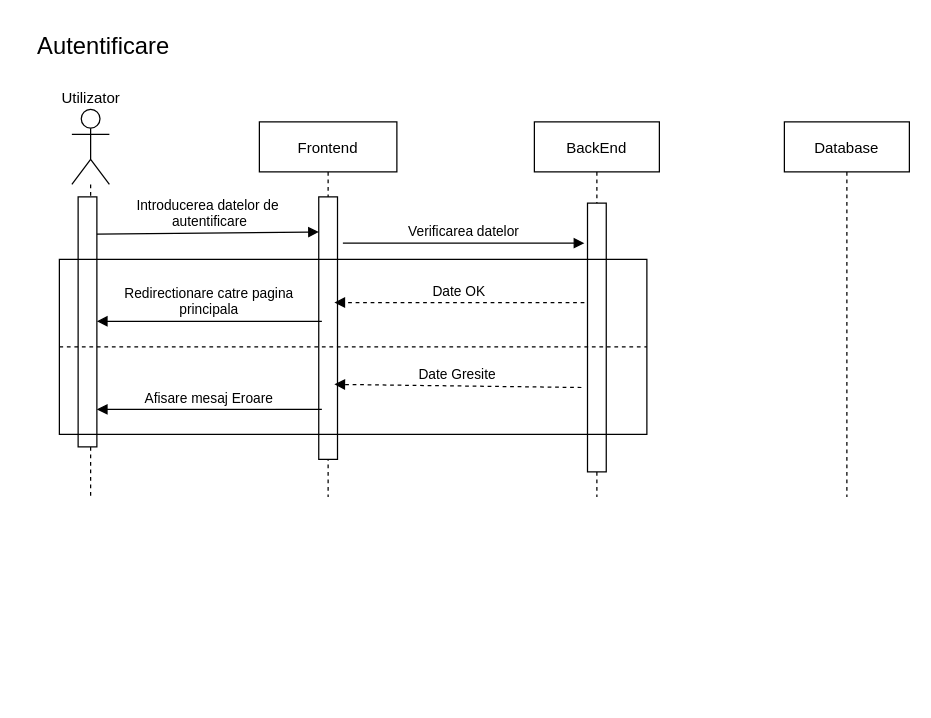
This is usecase/SequenceDiagram1.drawio from alexjircan/KeyPath, a draw.io file, before an edit. Source tidied: cells renumbered, new cells numbered last; positions are measured from the earlier drawing's top-left corner, leaving out a move shared by most shapes. Both pictures are drawn from the tidied source at 125%, with x=0, y=0 at pixel (21, 21).
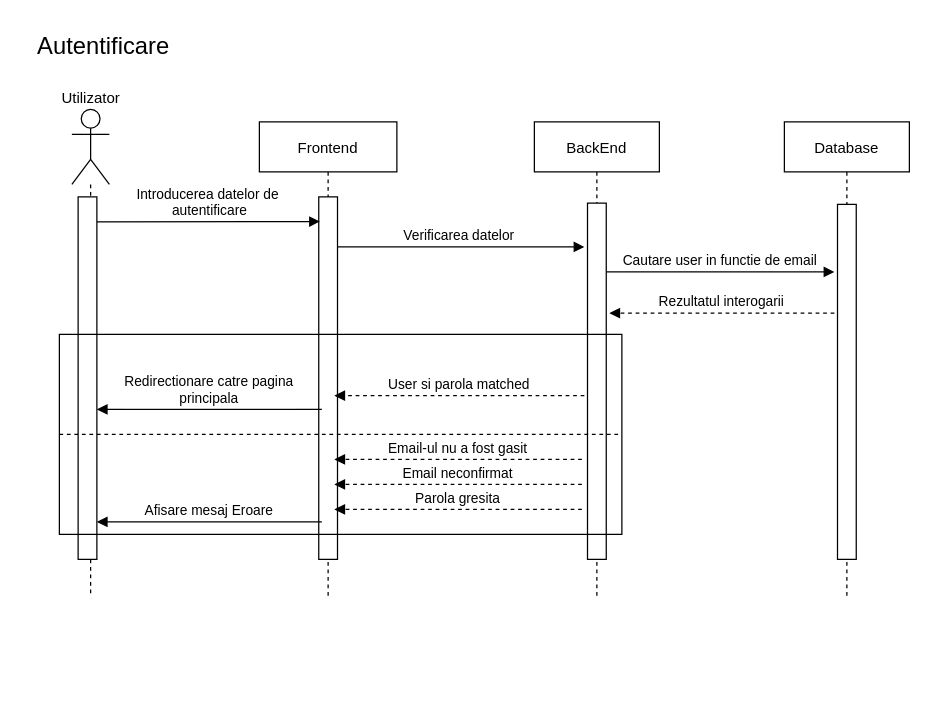
Above is the later version.

Commit message (it also covers changes not shown here):
sequence diagrams

The change refers to these unchanged cells:
```xml
<mxCell id="10" value="Utilizator" style="shape=umlActor;verticalLabelPosition=top;verticalAlign=bottom;html=1;outlineConnect=0;horizontal=1;labelPosition=center;align=center;" parent="9" vertex="1">
  <mxGeometry width="30" height="60" as="geometry" />
</mxCell>
```

Diff of the diagram source:
```diff
@@
     <mxCell id="2" value="Frontend" style="shape=umlLifeline;perimeter=lifelinePerimeter;rounded=0;shadow=0;strokeWidth=1;" parent="1" vertex="1">
-      <mxGeometry x="190" y="80" width="110" height="300" as="geometry" />
+      <mxGeometry x="190" y="80" width="110" height="380" as="geometry" />
     </mxCell>
     <mxCell id="3" value="BackEnd" style="shape=umlLifeline;perimeter=lifelinePerimeter;rounded=0;shadow=0;strokeWidth=1;" parent="1" vertex="1">
-      <mxGeometry x="410" y="80" width="100" height="300" as="geometry" />
+      <mxGeometry x="410" y="80" width="100" height="380" as="geometry" />
     </mxCell>
-    <mxCell id="4" value="Verificarea datelor" style="verticalAlign=bottom;endArrow=block;shadow=0;strokeWidth=1;exitX=1.287;exitY=0.176;exitDx=0;exitDy=0;exitPerimeter=0;" parent="3" edge="1" source="8">
+    <mxCell id="4" value="Verificarea datelor" style="verticalAlign=bottom;endArrow=block;shadow=0;strokeWidth=1;" parent="3" edge="1">
       <mxGeometry relative="1" as="geometry">
-        <mxPoint x="40" y="97" as="targetPoint" />
+        <mxPoint x="-160" y="100" as="sourcePoint" />
+        <mxPoint x="40" y="100" as="targetPoint" />
       </mxGeometry>
     </mxCell>
     <mxCell id="5" style="rounded=0;whiteSpace=wrap;html=1;labelBackgroundColor=#FFFFFF;fontSize=19;fontColor=none;fillColor=default;" parent="3" vertex="1">
-      <mxGeometry x="42.5" y="65" width="15" height="215" as="geometry" />
+      <mxGeometry x="42.5" y="65" width="15" height="285" as="geometry" />
     </mxCell>
     <mxCell id="6" value="Database" style="shape=umlLifeline;perimeter=lifelinePerimeter;rounded=0;shadow=0;strokeWidth=1;" parent="1" vertex="1">
-      <mxGeometry x="610" y="80" width="100" height="300" as="geometry" />
+      <mxGeometry x="610" y="80" width="100" height="380" as="geometry" />
     </mxCell>
@@
     <mxCell id="8" style="rounded=0;whiteSpace=wrap;html=1;labelBackgroundColor=#FFFFFF;fontSize=19;fontColor=none;fillColor=default;" parent="1" vertex="1">
-      <mxGeometry x="237.5" y="140" width="15" height="210" as="geometry" />
+      <mxGeometry x="237.5" y="140" width="15" height="290" as="geometry" />
     </mxCell>
+    <mxCell id="20" style="rounded=0;whiteSpace=wrap;html=1;labelBackgroundColor=#FFFFFF;fontSize=19;fontColor=none;fillColor=default;" parent="1" vertex="1">
+      <mxGeometry x="652.5" y="146" width="15" height="284" as="geometry" />
+    </mxCell>
     <mxCell id="9" style="group;" parent="1" vertex="1">
-      <mxGeometry x="40" y="70" width="460" height="310" as="geometry" />
+      <mxGeometry x="40" y="70" width="650" height="470" as="geometry" />
     </mxCell>
@@
     <mxCell id="11" style="endArrow=none;dashed=1;html=1;strokeWidth=1;rounded=0;" parent="9" edge="1" source="10">
       <mxGeometry relative="1" as="geometry">
-        <mxPoint x="15" y="310" as="targetPoint" />
+        <mxPoint x="15" y="390" as="targetPoint" />
       </mxGeometry>
     </mxCell>
     <mxCell id="12" style="rounded=0;whiteSpace=wrap;html=1;labelBackgroundColor=#FFFFFF;fontSize=19;fontColor=none;fillColor=default;" parent="9" vertex="1">
-      <mxGeometry x="5" y="70" width="15" height="200" as="geometry" />
+      <mxGeometry x="5" y="70" width="15" height="290" as="geometry" />
     </mxCell>
@@
     <mxCell id="14" value="Afisare mesaj Eroare" style="verticalAlign=bottom;endArrow=block;shadow=0;strokeWidth=1;" parent="9" edge="1">
       <mxGeometry relative="1" as="geometry">
-        <mxPoint x="200" y="240" as="sourcePoint" />
-        <mxPoint x="20" y="240" as="targetPoint" />
+        <mxPoint x="200" y="330" as="sourcePoint" />
+        <mxPoint x="20" y="330" as="targetPoint" />
       </mxGeometry>
     </mxCell>
     <mxCell id="15" value="Redirectionare catre pagina &#10;principala" style="verticalAlign=bottom;endArrow=block;shadow=0;strokeWidth=1;" parent="9" edge="1">
       <mxGeometry relative="1" as="geometry">
-        <mxPoint x="200" y="169.5" as="sourcePoint" />
-        <mxPoint x="20" y="169.5" as="targetPoint" />
+        <mxPoint x="200" y="240" as="sourcePoint" />
+        <mxPoint x="20" y="240" as="targetPoint" />
       </mxGeometry>
     </mxCell>
-    <mxCell id="16" value="Date OK" style="verticalAlign=bottom;endArrow=block;shadow=0;strokeWidth=1;dashed=1;" parent="9" edge="1">
+    <mxCell id="16" value="User si parola matched" style="verticalAlign=bottom;endArrow=block;shadow=0;strokeWidth=1;dashed=1;" parent="9" edge="1">
       <mxGeometry relative="1" as="geometry">
-        <mxPoint x="410" y="154.5" as="sourcePoint" />
-        <mxPoint x="210" y="154.5" as="targetPoint" />
+        <mxPoint x="410" y="229" as="sourcePoint" />
+        <mxPoint x="210" y="229" as="targetPoint" />
       </mxGeometry>
     </mxCell>
-    <mxCell id="17" value="Date Gresite" style="verticalAlign=bottom;endArrow=block;shadow=0;strokeWidth=1;dashed=1;entryX=1.02;entryY=0.701;entryDx=0;entryDy=0;entryPerimeter=0;exitX=-0.14;exitY=0.673;exitDx=0;exitDy=0;exitPerimeter=0;" parent="9" edge="1">
+    <mxCell id="17" value="Email-ul nu a fost gasit" style="verticalAlign=bottom;endArrow=block;shadow=0;strokeWidth=1;dashed=1;entryX=1.02;entryY=0.701;entryDx=0;entryDy=0;entryPerimeter=0;" parent="9" edge="1">
       <mxGeometry relative="1" as="geometry">
-        <mxPoint x="407.6" y="222.5" as="sourcePoint" />
-        <mxPoint x="210" y="220" as="targetPoint" />
+        <mxPoint x="408" y="280" as="sourcePoint" />
+        <mxPoint x="210" y="280" as="targetPoint" />
       </mxGeometry>
     </mxCell>
     <mxCell id="18" style="rounded=0;whiteSpace=wrap;html=1;labelBackgroundColor=#FFFFFF;fontSize=19;fontColor=none;fillColor=none;" parent="9" vertex="1">
-      <mxGeometry x="-10" y="120" width="470" height="140" as="geometry" />
+      <mxGeometry x="-10" y="180" width="450" height="160" as="geometry" />
     </mxCell>
+    <mxCell id="21" value="Parola gresita" style="verticalAlign=bottom;endArrow=block;shadow=0;strokeWidth=1;dashed=1;entryX=1.02;entryY=0.701;entryDx=0;entryDy=0;entryPerimeter=0;" parent="9" edge="1">
+      <mxGeometry relative="1" as="geometry">
+        <mxPoint x="408" y="320" as="sourcePoint" />
+        <mxPoint x="210" y="320" as="targetPoint" />
+      </mxGeometry>
+    </mxCell>
+    <mxCell id="22" value="Email neconfirmat" style="verticalAlign=bottom;endArrow=block;shadow=0;strokeWidth=1;dashed=1;entryX=1.02;entryY=0.701;entryDx=0;entryDy=0;entryPerimeter=0;" parent="9" edge="1">
+      <mxGeometry relative="1" as="geometry">
+        <mxPoint x="408" y="300" as="sourcePoint" />
+        <mxPoint x="210" y="300" as="targetPoint" />
+      </mxGeometry>
+    </mxCell>
+    <mxCell id="23" value="Rezultatul interogarii" style="verticalAlign=bottom;endArrow=block;shadow=0;strokeWidth=1;dashed=1;entryX=1.02;entryY=0.701;entryDx=0;entryDy=0;entryPerimeter=0;" parent="9" edge="1">
+      <mxGeometry relative="1" as="geometry">
+        <mxPoint x="610" y="163" as="sourcePoint" />
+        <mxPoint x="430" y="163" as="targetPoint" />
+      </mxGeometry>
+    </mxCell>
-    <mxCell id="19" value="Introducerea datelor de&#10; autentificare" style="verticalAlign=bottom;endArrow=block;shadow=0;strokeWidth=1;entryX=0.007;entryY=0.134;entryDx=0;entryDy=0;entryPerimeter=0;exitX=1;exitY=0.149;exitDx=0;exitDy=0;exitPerimeter=0;" parent="1" edge="1" source="12" target="8">
-      <mxGeometry relative="1" as="geometry" />
+    <mxCell id="19" value="Introducerea datelor de&#10; autentificare" style="verticalAlign=bottom;endArrow=block;shadow=0;strokeWidth=1;entryX=0.06;entryY=0.068;entryDx=0;entryDy=0;entryPerimeter=0;" parent="1" edge="1" target="8">
+      <mxGeometry relative="1" as="geometry">
+        <mxPoint x="60" y="160" as="sourcePoint" />
+      </mxGeometry>
     </mxCell>
+    <mxCell id="24" value="Cautare user in functie de email" style="verticalAlign=bottom;endArrow=block;shadow=0;strokeWidth=1;exitX=1.287;exitY=0.176;exitDx=0;exitDy=0;exitPerimeter=0;" parent="1" edge="1">
+      <mxGeometry relative="1" as="geometry">
+        <mxPoint x="467.8" y="200" as="sourcePoint" />
+        <mxPoint x="650" y="200" as="targetPoint" />
+      </mxGeometry>
+    </mxCell>
```
